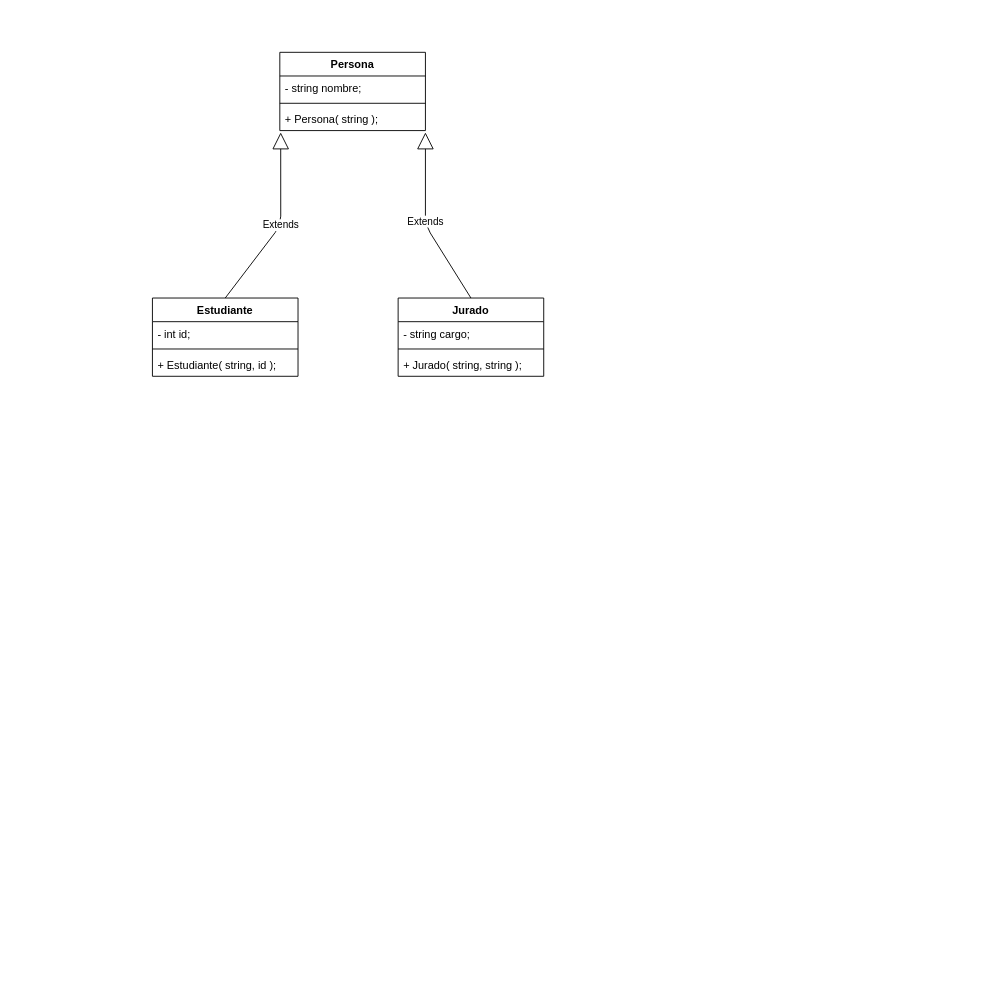
Before: Diagrama.drawio in Wembie/POSGSOF, a draw.io diagram. Source tidied: cells renumbered, new cells numbered last; positions are measured from the earlier drawing's top-left corner, leaving out a move shared by most shapes. Both pictures are drawn from the tidied source at 91%, with x=0, y=0 at pixel (152, 52).
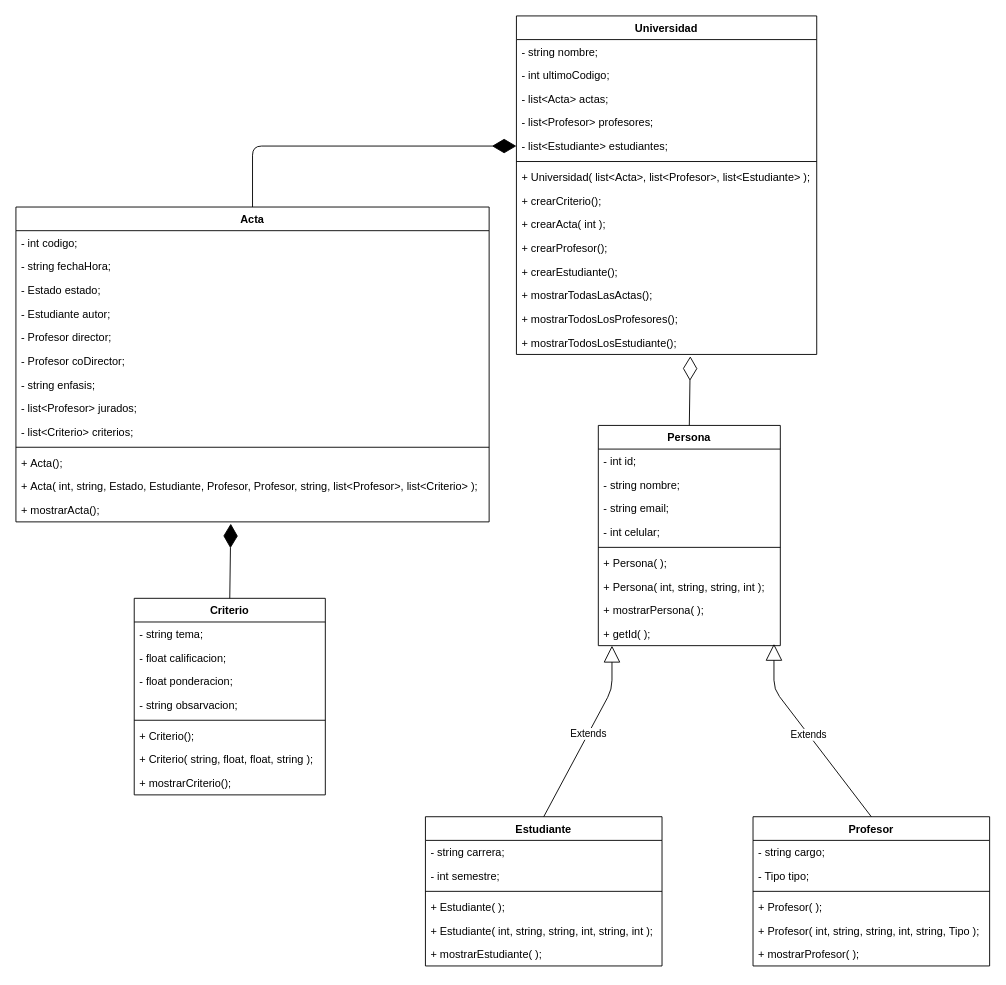
The same diagram, later.

What changed in the source:
```diff
@@
     <mxCell id="2" value="Persona" style="swimlane;fontStyle=1;align=center;verticalAlign=top;horizontal=1;startSize=26;" parent="1" vertex="1">
-      <mxGeometry x="140" width="160" height="86" as="geometry" />
+      <mxGeometry x="490" y="410" width="200" height="242" as="geometry" />
     </mxCell>
+    <mxCell id="16" value="- int id;" style="text;strokeColor=none;fillColor=none;align=left;verticalAlign=top;spacingLeft=4;spacingRight=4;overflow=hidden;" parent="2" vertex="1">
+      <mxGeometry y="26" width="200" height="26" as="geometry" />
+    </mxCell>
     <mxCell id="3" value="- string nombre;" style="text;strokeColor=none;fillColor=none;align=left;verticalAlign=top;spacingLeft=4;spacingRight=4;overflow=hidden;" parent="2" vertex="1">
-      <mxGeometry y="26" width="160" height="26" as="geometry" />
+      <mxGeometry y="52" width="200" height="26" as="geometry" />
     </mxCell>
+    <mxCell id="17" value="- string email;" style="text;strokeColor=none;fillColor=none;align=left;verticalAlign=top;spacingLeft=4;spacingRight=4;overflow=hidden;" parent="2" vertex="1">
+      <mxGeometry y="78" width="200" height="26" as="geometry" />
+    </mxCell>
+    <mxCell id="18" value="- int celular;" style="text;strokeColor=none;fillColor=none;align=left;verticalAlign=top;spacingLeft=4;spacingRight=4;overflow=hidden;" parent="2" vertex="1">
+      <mxGeometry y="104" width="200" height="26" as="geometry" />
+    </mxCell>
     <mxCell id="4" style="line;strokeWidth=1;fillColor=none;align=left;verticalAlign=middle;spacingTop=-1;spacingLeft=3;spacingRight=3;labelPosition=right;" parent="2" vertex="1">
-      <mxGeometry y="52" width="160" height="8" as="geometry" />
+      <mxGeometry y="130" width="200" height="8" as="geometry" />
     </mxCell>
-    <mxCell id="5" value="+ Persona( string );" style="text;strokeColor=none;fillColor=none;align=left;verticalAlign=top;spacingLeft=4;spacingRight=4;overflow=hidden;points=[[0,0.5],[1,0.5]];portConstraint=eastwest;" parent="2" vertex="1">
-      <mxGeometry y="60" width="160" height="26" as="geometry" />
-    </mxCell>
+    <mxCell id="19" value="+ Persona( );" style="text;strokeColor=none;fillColor=none;align=left;verticalAlign=top;spacingLeft=4;spacingRight=4;overflow=hidden;" parent="2" vertex="1">
+      <mxGeometry y="138" width="200" height="26" as="geometry" />
+    </mxCell>
+    <mxCell id="20" value="+ Persona( int, string, string, int );" style="text;strokeColor=none;fillColor=none;align=left;verticalAlign=top;spacingLeft=4;spacingRight=4;overflow=hidden;" parent="2" vertex="1">
+      <mxGeometry y="164" width="200" height="26" as="geometry" />
+    </mxCell>
+    <mxCell id="21" value="+ mostrarPersona( );" style="text;strokeColor=none;fillColor=none;align=left;verticalAlign=top;spacingLeft=4;spacingRight=4;overflow=hidden;" parent="2" vertex="1">
+      <mxGeometry y="190" width="200" height="26" as="geometry" />
+    </mxCell>
+    <mxCell id="22" value="+ getId( );" style="text;strokeColor=none;fillColor=none;align=left;verticalAlign=top;spacingLeft=4;spacingRight=4;overflow=hidden;points=[[0,0.5],[1,0.5]];portConstraint=eastwest;" parent="2" vertex="1">
+      <mxGeometry y="216" width="200" height="26" as="geometry" />
+    </mxCell>
     <mxCell id="6" value="Estudiante" style="swimlane;fontStyle=1;align=center;verticalAlign=top;horizontal=1;startSize=26;" parent="1" vertex="1">
-      <mxGeometry y="270" width="160" height="86" as="geometry" />
+      <mxGeometry x="300" y="840" width="260" height="164" as="geometry" />
     </mxCell>
-    <mxCell id="7" value="- int id;" style="text;strokeColor=none;fillColor=none;align=left;verticalAlign=top;spacingLeft=4;spacingRight=4;overflow=hidden;" parent="6" vertex="1">
-      <mxGeometry y="26" width="160" height="26" as="geometry" />
+    <mxCell id="7" value="- string carrera;" style="text;strokeColor=none;fillColor=none;align=left;verticalAlign=top;spacingLeft=4;spacingRight=4;overflow=hidden;" parent="6" vertex="1">
+      <mxGeometry y="26" width="260" height="26" as="geometry" />
     </mxCell>
+    <mxCell id="23" value="- int semestre;" style="text;strokeColor=none;fillColor=none;align=left;verticalAlign=top;spacingLeft=4;spacingRight=4;overflow=hidden;" parent="6" vertex="1">
+      <mxGeometry y="52" width="260" height="26" as="geometry" />
+    </mxCell>
     <mxCell id="8" style="line;strokeWidth=1;fillColor=none;align=left;verticalAlign=middle;spacingTop=-1;spacingLeft=3;spacingRight=3;labelPosition=right;" parent="6" vertex="1">
-      <mxGeometry y="52" width="160" height="8" as="geometry" />
+      <mxGeometry y="78" width="260" height="8" as="geometry" />
     </mxCell>
+    <mxCell id="24" value="+ Estudiante( );" style="text;strokeColor=none;fillColor=none;align=left;verticalAlign=top;spacingLeft=4;spacingRight=4;overflow=hidden;" parent="6" vertex="1">
+      <mxGeometry y="86" width="260" height="26" as="geometry" />
+    </mxCell>
-    <mxCell id="9" value="+ Estudiante( string, id );" style="text;strokeColor=none;fillColor=none;align=left;verticalAlign=top;spacingLeft=4;spacingRight=4;overflow=hidden;" parent="6" vertex="1">
-      <mxGeometry y="60" width="160" height="26" as="geometry" />
+    <mxCell id="9" value="+ Estudiante( int, string, string, int, string, int );" style="text;strokeColor=none;fillColor=none;align=left;verticalAlign=top;spacingLeft=4;spacingRight=4;overflow=hidden;" parent="6" vertex="1">
+      <mxGeometry y="112" width="260" height="26" as="geometry" />
     </mxCell>
+    <mxCell id="25" value="+ mostrarEstudiante( );" style="text;strokeColor=none;fillColor=none;align=left;verticalAlign=top;spacingLeft=4;spacingRight=4;overflow=hidden;" parent="6" vertex="1">
+      <mxGeometry y="138" width="260" height="26" as="geometry" />
+    </mxCell>
-    <mxCell id="10" value="Jurado" style="swimlane;fontStyle=1;align=center;verticalAlign=top;horizontal=1;startSize=26;" parent="1" vertex="1">
-      <mxGeometry x="270" y="270" width="160" height="86" as="geometry" />
+    <mxCell id="10" value="Profesor" style="swimlane;fontStyle=1;align=center;verticalAlign=top;horizontal=1;startSize=26;" parent="1" vertex="1">
+      <mxGeometry x="660" y="840" width="260" height="164" as="geometry" />
     </mxCell>
     <mxCell id="11" value="- string cargo;" style="text;strokeColor=none;fillColor=none;align=left;verticalAlign=top;spacingLeft=4;spacingRight=4;overflow=hidden;" parent="10" vertex="1">
-      <mxGeometry y="26" width="160" height="26" as="geometry" />
+      <mxGeometry y="26" width="260" height="26" as="geometry" />
     </mxCell>
+    <mxCell id="26" value="- Tipo tipo;" style="text;strokeColor=none;fillColor=none;align=left;verticalAlign=top;spacingLeft=4;spacingRight=4;overflow=hidden;" parent="10" vertex="1">
+      <mxGeometry y="52" width="260" height="26" as="geometry" />
+    </mxCell>
     <mxCell id="12" style="line;strokeWidth=1;fillColor=none;align=left;verticalAlign=middle;spacingTop=-1;spacingLeft=3;spacingRight=3;labelPosition=right;" parent="10" vertex="1">
-      <mxGeometry y="52" width="160" height="8" as="geometry" />
+      <mxGeometry y="78" width="260" height="8" as="geometry" />
     </mxCell>
-    <mxCell id="13" value="+ Jurado( string, string );" style="text;strokeColor=none;fillColor=none;align=left;verticalAlign=top;spacingLeft=4;spacingRight=4;overflow=hidden;" parent="10" vertex="1">
-      <mxGeometry y="60" width="160" height="26" as="geometry" />
+    <mxCell id="13" value="+ Profesor( );" style="text;strokeColor=none;fillColor=none;align=left;verticalAlign=top;spacingLeft=4;spacingRight=4;overflow=hidden;" parent="10" vertex="1">
+      <mxGeometry y="86" width="260" height="26" as="geometry" />
     </mxCell>
+    <mxCell id="27" value="+ Profesor( int, string, string, int, string, Tipo );" style="text;strokeColor=none;fillColor=none;align=left;verticalAlign=top;spacingLeft=4;spacingRight=4;overflow=hidden;" parent="10" vertex="1">
+      <mxGeometry y="112" width="260" height="26" as="geometry" />
+    </mxCell>
+    <mxCell id="28" value="+ mostrarProfesor( );" style="text;strokeColor=none;fillColor=none;align=left;verticalAlign=top;spacingLeft=4;spacingRight=4;overflow=hidden;" parent="10" vertex="1">
+      <mxGeometry y="138" width="260" height="26" as="geometry" />
+    </mxCell>
-    <mxCell id="14" value="Extends" style="endArrow=block;endSize=16;endFill=0;html=1;exitX=0.5;exitY=0;exitDx=0;exitDy=0;entryX=0.006;entryY=1.077;entryDx=0;entryDy=0;entryPerimeter=0;" parent="1" edge="1" source="6" target="5">
+    <mxCell id="14" value="Extends" style="endArrow=block;endSize=16;endFill=0;html=1;exitX=0.5;exitY=0;exitDx=0;exitDy=0;entryX=0.075;entryY=1;entryDx=0;entryDy=0;entryPerimeter=0;" parent="1" edge="1" source="6" target="22">
       <mxGeometry relative="1" as="geometry">
         <Array as="points">
-          <mxPoint x="141" y="190" />
+          <mxPoint x="505" y="700" />
         </Array>
       </mxGeometry>
     </mxCell>
-    <mxCell id="15" value="Extends" style="endArrow=block;endSize=16;endFill=0;html=1;exitX=0.5;exitY=0;exitDx=0;exitDy=0;entryX=1;entryY=1.077;entryDx=0;entryDy=0;entryPerimeter=0;" parent="1" edge="1" source="10" target="5">
+    <mxCell id="15" value="Extends" style="endArrow=block;endSize=16;endFill=0;html=1;exitX=0.5;exitY=0;exitDx=0;exitDy=0;" parent="1" edge="1" source="10">
       <mxGeometry relative="1" as="geometry">
+        <mxPoint x="683" y="650" as="targetPoint" />
         <Array as="points">
-          <mxPoint x="300" y="190" />
+          <mxPoint x="683" y="700" />
         </Array>
       </mxGeometry>
     </mxCell>
+    <mxCell id="29" value="Acta" style="swimlane;fontStyle=1;align=center;verticalAlign=top;horizontal=1;startSize=26;" parent="1" vertex="1">
+      <mxGeometry x="-150" y="170" width="520" height="346" as="geometry" />
+    </mxCell>
+    <mxCell id="30" value="- int codigo;" style="text;strokeColor=none;fillColor=none;align=left;verticalAlign=top;spacingLeft=4;spacingRight=4;overflow=hidden;" parent="29" vertex="1">
+      <mxGeometry y="26" width="520" height="26" as="geometry" />
+    </mxCell>
+    <mxCell id="31" value="- string fechaHora;" style="text;strokeColor=none;fillColor=none;align=left;verticalAlign=top;spacingLeft=4;spacingRight=4;overflow=hidden;" parent="29" vertex="1">
+      <mxGeometry y="52" width="520" height="26" as="geometry" />
+    </mxCell>
+    <mxCell id="32" value="- Estado estado;&#10;" style="text;strokeColor=none;fillColor=none;align=left;verticalAlign=top;spacingLeft=4;spacingRight=4;overflow=hidden;" parent="29" vertex="1">
+      <mxGeometry y="78" width="520" height="26" as="geometry" />
+    </mxCell>
+    <mxCell id="33" value="- Estudiante autor;" style="text;strokeColor=none;fillColor=none;align=left;verticalAlign=top;spacingLeft=4;spacingRight=4;overflow=hidden;" parent="29" vertex="1">
+      <mxGeometry y="104" width="520" height="26" as="geometry" />
+    </mxCell>
+    <mxCell id="34" value="- Profesor director;" style="text;strokeColor=none;fillColor=none;align=left;verticalAlign=top;spacingLeft=4;spacingRight=4;overflow=hidden;" parent="29" vertex="1">
+      <mxGeometry y="130" width="520" height="26" as="geometry" />
+    </mxCell>
+    <mxCell id="35" value="- Profesor coDirector;" style="text;strokeColor=none;fillColor=none;align=left;verticalAlign=top;spacingLeft=4;spacingRight=4;overflow=hidden;" parent="29" vertex="1">
+      <mxGeometry y="156" width="520" height="26" as="geometry" />
+    </mxCell>
+    <mxCell id="36" value="- string enfasis;" style="text;strokeColor=none;fillColor=none;align=left;verticalAlign=top;spacingLeft=4;spacingRight=4;overflow=hidden;" parent="29" vertex="1">
+      <mxGeometry y="182" width="520" height="26" as="geometry" />
+    </mxCell>
+    <mxCell id="37" value="- list&lt;Profesor&gt; jurados;" style="text;strokeColor=none;fillColor=none;align=left;verticalAlign=top;spacingLeft=4;spacingRight=4;overflow=hidden;" parent="29" vertex="1">
+      <mxGeometry y="208" width="520" height="26" as="geometry" />
+    </mxCell>
+    <mxCell id="38" value="- list&lt;Criterio&gt; criterios;" style="text;strokeColor=none;fillColor=none;align=left;verticalAlign=top;spacingLeft=4;spacingRight=4;overflow=hidden;" parent="29" vertex="1">
+      <mxGeometry y="234" width="520" height="26" as="geometry" />
+    </mxCell>
+    <mxCell id="39" style="line;strokeWidth=1;fillColor=none;align=left;verticalAlign=middle;spacingTop=-1;spacingLeft=3;spacingRight=3;labelPosition=right;" parent="29" vertex="1">
+      <mxGeometry y="260" width="520" height="8" as="geometry" />
+    </mxCell>
+    <mxCell id="40" value="+ Acta();" style="text;strokeColor=none;fillColor=none;align=left;verticalAlign=top;spacingLeft=4;spacingRight=4;overflow=hidden;" parent="29" vertex="1">
+      <mxGeometry y="268" width="520" height="26" as="geometry" />
+    </mxCell>
+    <mxCell id="41" value="+ Acta( int, string, Estado, Estudiante, Profesor, Profesor, string, list&lt;Profesor&gt;, list&lt;Criterio&gt; );" style="text;strokeColor=none;fillColor=none;align=left;verticalAlign=top;spacingLeft=4;spacingRight=4;overflow=hidden;" parent="29" vertex="1">
+      <mxGeometry y="294" width="520" height="26" as="geometry" />
+    </mxCell>
+    <mxCell id="42" value="+ mostrarActa();" style="text;strokeColor=none;fillColor=none;align=left;verticalAlign=top;spacingLeft=4;spacingRight=4;overflow=hidden;points=[[0,0.5],[1,0.5]];portConstraint=eastwest;" parent="29" vertex="1">
+      <mxGeometry y="320" width="520" height="26" as="geometry" />
+    </mxCell>
+    <mxCell id="43" value="Criterio" style="swimlane;fontStyle=1;align=center;verticalAlign=top;horizontal=1;startSize=26;" parent="1" vertex="1">
+      <mxGeometry x="-20" y="600" width="210" height="216" as="geometry" />
+    </mxCell>
+    <mxCell id="44" value="- string tema;" style="text;strokeColor=none;fillColor=none;align=left;verticalAlign=top;spacingLeft=4;spacingRight=4;overflow=hidden;" parent="43" vertex="1">
+      <mxGeometry y="26" width="210" height="26" as="geometry" />
+    </mxCell>
+    <mxCell id="45" value="- float calificacion;" style="text;strokeColor=none;fillColor=none;align=left;verticalAlign=top;spacingLeft=4;spacingRight=4;overflow=hidden;" parent="43" vertex="1">
+      <mxGeometry y="52" width="210" height="26" as="geometry" />
+    </mxCell>
+    <mxCell id="46" value="- float ponderacion;" style="text;strokeColor=none;fillColor=none;align=left;verticalAlign=top;spacingLeft=4;spacingRight=4;overflow=hidden;" parent="43" vertex="1">
+      <mxGeometry y="78" width="210" height="26" as="geometry" />
+    </mxCell>
+    <mxCell id="47" value="- string obsarvacion;" style="text;strokeColor=none;fillColor=none;align=left;verticalAlign=top;spacingLeft=4;spacingRight=4;overflow=hidden;" parent="43" vertex="1">
+      <mxGeometry y="104" width="210" height="26" as="geometry" />
+    </mxCell>
+    <mxCell id="48" style="line;strokeWidth=1;fillColor=none;align=left;verticalAlign=middle;spacingTop=-1;spacingLeft=3;spacingRight=3;labelPosition=right;" parent="43" vertex="1">
+      <mxGeometry y="130" width="210" height="8" as="geometry" />
+    </mxCell>
+    <mxCell id="49" value="+ Criterio();" style="text;strokeColor=none;fillColor=none;align=left;verticalAlign=top;spacingLeft=4;spacingRight=4;overflow=hidden;" parent="43" vertex="1">
+      <mxGeometry y="138" width="210" height="26" as="geometry" />
+    </mxCell>
+    <mxCell id="50" value="+ Criterio( string, float, float, string );" style="text;strokeColor=none;fillColor=none;align=left;verticalAlign=top;spacingLeft=4;spacingRight=4;overflow=hidden;" parent="43" vertex="1">
+      <mxGeometry y="164" width="210" height="26" as="geometry" />
+    </mxCell>
+    <mxCell id="51" value="+ mostrarCriterio();" style="text;strokeColor=none;fillColor=none;align=left;verticalAlign=top;spacingLeft=4;spacingRight=4;overflow=hidden;" parent="43" vertex="1">
+      <mxGeometry y="190" width="210" height="26" as="geometry" />
+    </mxCell>
+    <mxCell id="52" value="Universidad" style="swimlane;fontStyle=1;align=center;verticalAlign=top;horizontal=1;startSize=26;" parent="1" vertex="1">
+      <mxGeometry x="400" y="-40" width="330" height="372" as="geometry" />
+    </mxCell>
+    <mxCell id="53" value="- string nombre;" style="text;strokeColor=none;fillColor=none;align=left;verticalAlign=top;spacingLeft=4;spacingRight=4;overflow=hidden;" parent="52" vertex="1">
+      <mxGeometry y="26" width="330" height="26" as="geometry" />
+    </mxCell>
+    <mxCell id="54" value="- int ultimoCodigo;" style="text;strokeColor=none;fillColor=none;align=left;verticalAlign=top;spacingLeft=4;spacingRight=4;overflow=hidden;" parent="52" vertex="1">
+      <mxGeometry y="52" width="330" height="26" as="geometry" />
+    </mxCell>
+    <mxCell id="55" value="- list&lt;Acta&gt; actas;" style="text;strokeColor=none;fillColor=none;align=left;verticalAlign=top;spacingLeft=4;spacingRight=4;overflow=hidden;" parent="52" vertex="1">
+      <mxGeometry y="78" width="330" height="26" as="geometry" />
+    </mxCell>
+    <mxCell id="56" value="- list&lt;Profesor&gt; profesores;" style="text;strokeColor=none;fillColor=none;align=left;verticalAlign=top;spacingLeft=4;spacingRight=4;overflow=hidden;" parent="52" vertex="1">
+      <mxGeometry y="104" width="330" height="26" as="geometry" />
+    </mxCell>
+    <mxCell id="57" value="- list&lt;Estudiante&gt; estudiantes;" style="text;strokeColor=none;fillColor=none;align=left;verticalAlign=top;spacingLeft=4;spacingRight=4;overflow=hidden;points=[[0,0.5],[1,0.5]];portConstraint=eastwest;" parent="52" vertex="1">
+      <mxGeometry y="130" width="330" height="26" as="geometry" />
+    </mxCell>
+    <mxCell id="58" style="line;strokeWidth=1;fillColor=none;align=left;verticalAlign=middle;spacingTop=-1;spacingLeft=3;spacingRight=3;labelPosition=right;" parent="52" vertex="1">
+      <mxGeometry y="156" width="330" height="8" as="geometry" />
+    </mxCell>
+    <mxCell id="59" value="+ Universidad( list&lt;Acta&gt;, list&lt;Profesor&gt;, list&lt;Estudiante&gt; );" style="text;strokeColor=none;fillColor=none;align=left;verticalAlign=top;spacingLeft=4;spacingRight=4;overflow=hidden;" parent="52" vertex="1">
+      <mxGeometry y="164" width="330" height="26" as="geometry" />
+    </mxCell>
+    <mxCell id="60" value="+ crearCriterio();" style="text;strokeColor=none;fillColor=none;align=left;verticalAlign=top;spacingLeft=4;spacingRight=4;overflow=hidden;" parent="52" vertex="1">
+      <mxGeometry y="190" width="330" height="26" as="geometry" />
+    </mxCell>
+    <mxCell id="61" value="+ crearActa( int );" style="text;strokeColor=none;fillColor=none;align=left;verticalAlign=top;spacingLeft=4;spacingRight=4;overflow=hidden;" parent="52" vertex="1">
+      <mxGeometry y="216" width="330" height="26" as="geometry" />
+    </mxCell>
+    <mxCell id="62" value="+ crearProfesor();" style="text;strokeColor=none;fillColor=none;align=left;verticalAlign=top;spacingLeft=4;spacingRight=4;overflow=hidden;" parent="52" vertex="1">
+      <mxGeometry y="242" width="330" height="26" as="geometry" />
+    </mxCell>
+    <mxCell id="63" value="+ crearEstudiante();" style="text;strokeColor=none;fillColor=none;align=left;verticalAlign=top;spacingLeft=4;spacingRight=4;overflow=hidden;" parent="52" vertex="1">
+      <mxGeometry y="268" width="330" height="26" as="geometry" />
+    </mxCell>
+    <mxCell id="64" value="+ mostrarTodasLasActas();" style="text;strokeColor=none;fillColor=none;align=left;verticalAlign=top;spacingLeft=4;spacingRight=4;overflow=hidden;" parent="52" vertex="1">
+      <mxGeometry y="294" width="330" height="26" as="geometry" />
+    </mxCell>
+    <mxCell id="65" value="+ mostrarTodosLosProfesores();" style="text;strokeColor=none;fillColor=none;align=left;verticalAlign=top;spacingLeft=4;spacingRight=4;overflow=hidden;" parent="52" vertex="1">
+      <mxGeometry y="320" width="330" height="26" as="geometry" />
+    </mxCell>
+    <mxCell id="66" value="+ mostrarTodosLosEstudiante();" style="text;strokeColor=none;fillColor=none;align=left;verticalAlign=top;spacingLeft=4;spacingRight=4;overflow=hidden;points=[[0,0.5],[1,0.5]];portConstraint=eastwest;" parent="52" vertex="1">
+      <mxGeometry y="346" width="330" height="26" as="geometry" />
+    </mxCell>
+    <mxCell id="67" style="endArrow=diamondThin;endFill=1;endSize=24;html=1;exitX=0.5;exitY=0;exitDx=0;exitDy=0;entryX=0;entryY=0.5;entryDx=0;entryDy=0;" parent="1" edge="1" source="29" target="57">
+      <mxGeometry relative="1" as="geometry">
+        <Array as="points">
+          <mxPoint x="110" y="103" />
+        </Array>
+      </mxGeometry>
+    </mxCell>
+    <mxCell id="68" style="endArrow=diamondThin;endFill=1;endSize=24;html=1;exitX=0.5;exitY=0;exitDx=0;exitDy=0;entryX=0.454;entryY=1.077;entryDx=0;entryDy=0;entryPerimeter=0;" parent="1" edge="1" source="43" target="42">
+      <mxGeometry relative="1" as="geometry" />
+    </mxCell>
+    <mxCell id="69" style="endArrow=diamondThin;endFill=0;endSize=24;html=1;exitX=0.5;exitY=0;exitDx=0;exitDy=0;entryX=0.579;entryY=1.077;entryDx=0;entryDy=0;entryPerimeter=0;" parent="1" edge="1" source="2" target="66">
+      <mxGeometry relative="1" as="geometry" />
+    </mxCell>
```
